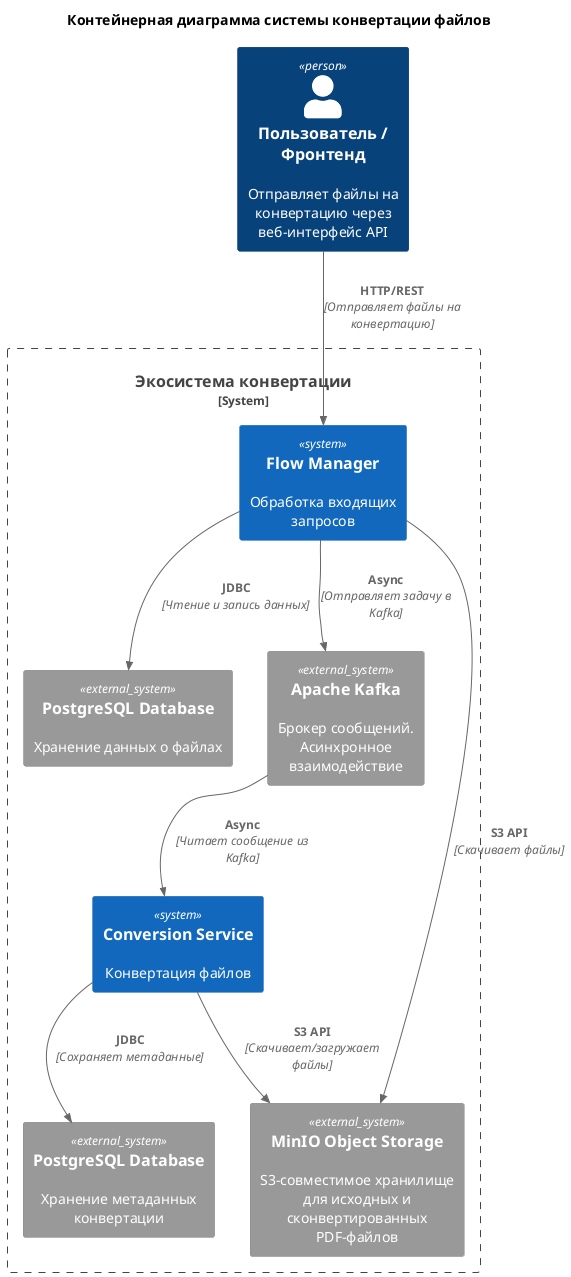
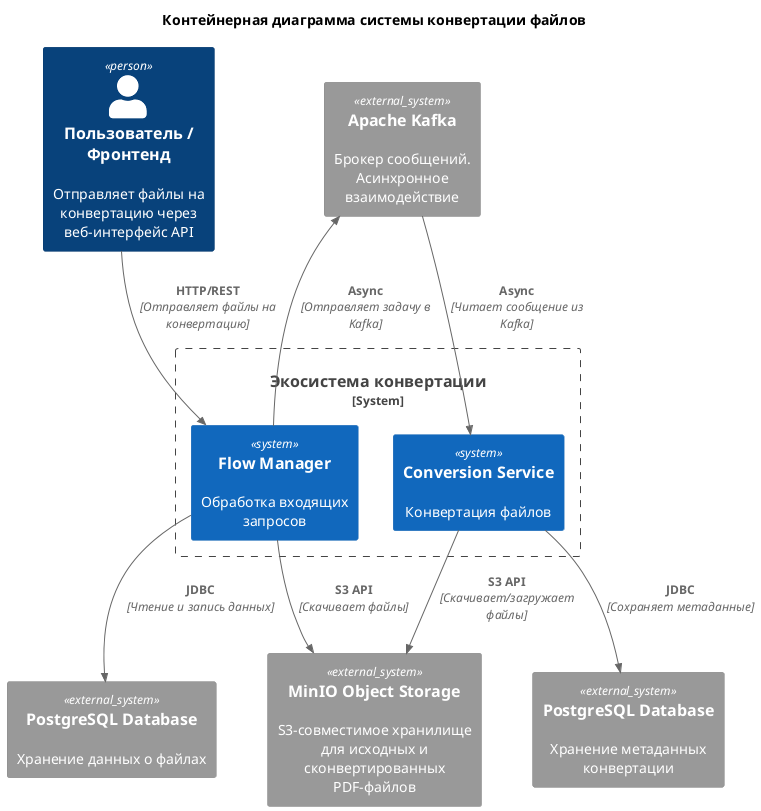
@startuml Context_Diagram
!include <C4/C4_Container>

title Контейнерная диаграмма системы конвертации файлов

Person(user, "Пользователь / Фронтенд", "Отправляет файлы на конвертацию через веб-интерфейс API")

System_Boundary(ecosystem_co, "Экосистема конвертации") {
    System(manager, "Flow Manager", "Обработка входящих запросов")
    System(conversion, "Conversion Service", "Конвертация файлов")
-     System_Ext(postgresManager, "PostgreSQL Database", "Хранение данных о файлах")
-     System_Ext(postgresConversion, "PostgreSQL Database", "Хранение метаданных конвертации")
-     System_Ext(kafka, "Apache Kafka", "Брокер сообщений. Асинхронное взаимодействие")
-     System_Ext(minio, "MinIO Object Storage", "S3-совместимое хранилище для исходных и сконвертированных PDF-файлов")
}
+ System_Ext(postgresManager, "PostgreSQL Database", "Хранение данных о файлах")
+ System_Ext(postgresConversion, "PostgreSQL Database", "Хранение метаданных конвертации")
+ System_Ext(kafka, "Apache Kafka", "Брокер сообщений. Асинхронное взаимодействие")
+ System_Ext(minio, "MinIO Object Storage", "S3-совместимое хранилище для исходных и сконвертированных PDF-файлов")

Rel(user, manager, "HTTP/REST", "Отправляет файлы на конвертацию")
Rel(manager, kafka, "Async", "Отправляет задачу в Kafka")
Rel(manager, postgresManager, "JDBC", "Чтение и запись данных")
Rel(manager, minio, "S3 API", "Скачивает файлы")
Rel(kafka, conversion, "Async", "Читает сообщение из Kafka")
Rel(conversion, minio, "S3 API", "Скачивает/загружает файлы")
Rel(conversion, postgresConversion, "JDBC", "Сохраняет метаданные")

@enduml